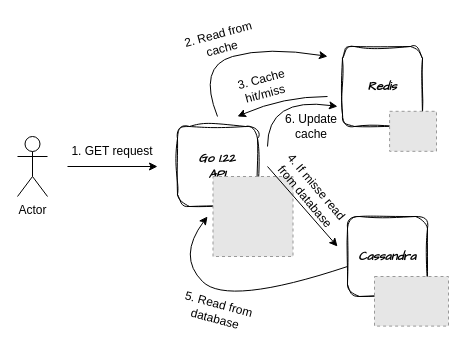
ArturMarekNowak/Caching keeps this draw.io diagram as docs/cacheaside.drawio. Above is the earlier version. Source tidied: cells renumbered, new cells numbered last; positions are measured from the earlier drawing's top-left corner, leaving out a move shared by most shapes. Both pictures are drawn from the tidied source at 100%, with x=0, y=0 at pixel (17, 26). Pictures stored in the file or linked from it are replaced by grey dashed boxes.
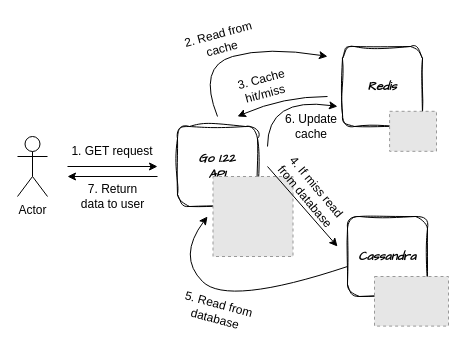
The same page after the edit.

Change to the diagram source:
```diff
@@
-    <mxCell id="18" value="4. If misse read from database" style="text;html=1;align=center;verticalAlign=middle;whiteSpace=wrap;rounded=0;rotation=50;" parent="1" vertex="1">
+    <mxCell id="18" value="4. If miss read from database" style="text;html=1;align=center;verticalAlign=middle;whiteSpace=wrap;rounded=0;rotation=50;" parent="1" vertex="1">
       <mxGeometry x="245.8" y="150" width="95.5" height="30" as="geometry" />
     </mxCell>
@@
+    <mxCell id="21" style="endArrow=classic;html=1;rounded=0;" parent="1" edge="1">
+      <mxGeometry relative="1" as="geometry">
+        <mxPoint x="140" y="150" as="sourcePoint" />
+        <mxPoint x="50" y="150" as="targetPoint" />
+      </mxGeometry>
+    </mxCell>
+    <mxCell id="22" value="7. Return data to user" style="text;html=1;align=center;verticalAlign=middle;whiteSpace=wrap;rounded=0;" parent="1" vertex="1">
+      <mxGeometry x="57.5" y="150" width="75" height="40" as="geometry" />
+    </mxCell>
```
